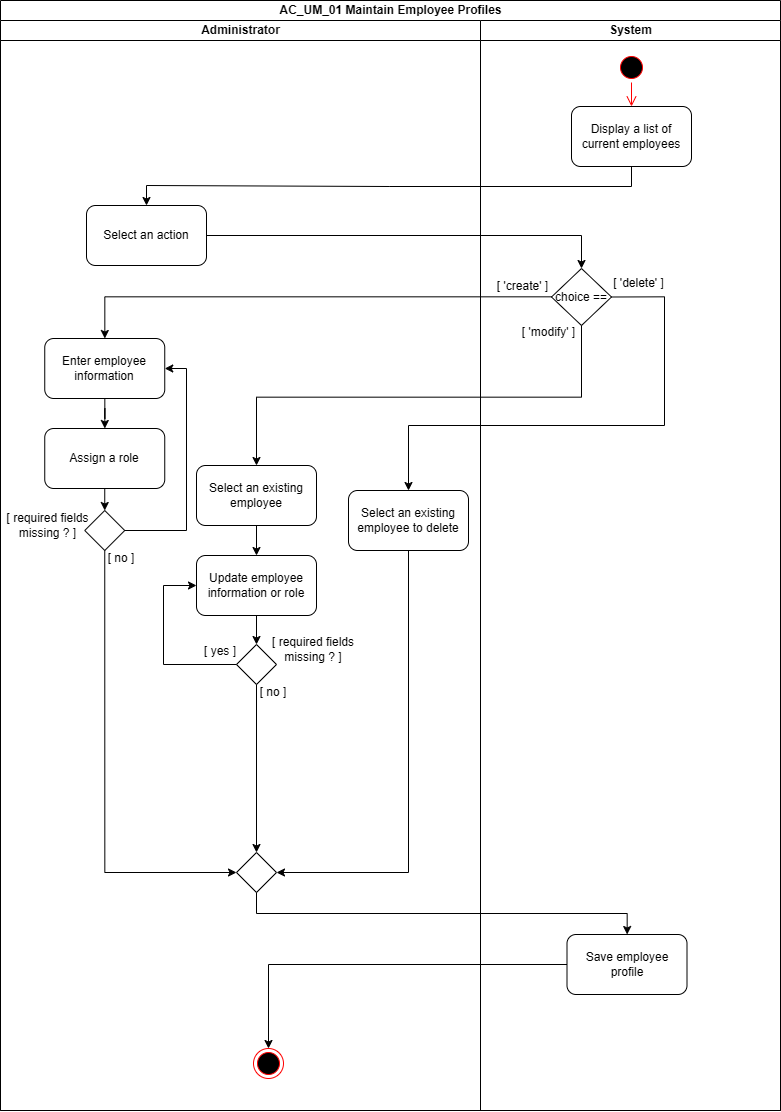
Markl1T/bank-management-system keeps this draw.io diagram as diagrams/activity-diagrams/AC_UM_01.png. Above is the earlier version. Source tidied: cells renumbered, new cells last; positions are measured from the earlier drawing's top-left corner, leaving out a move shared by most shapes.
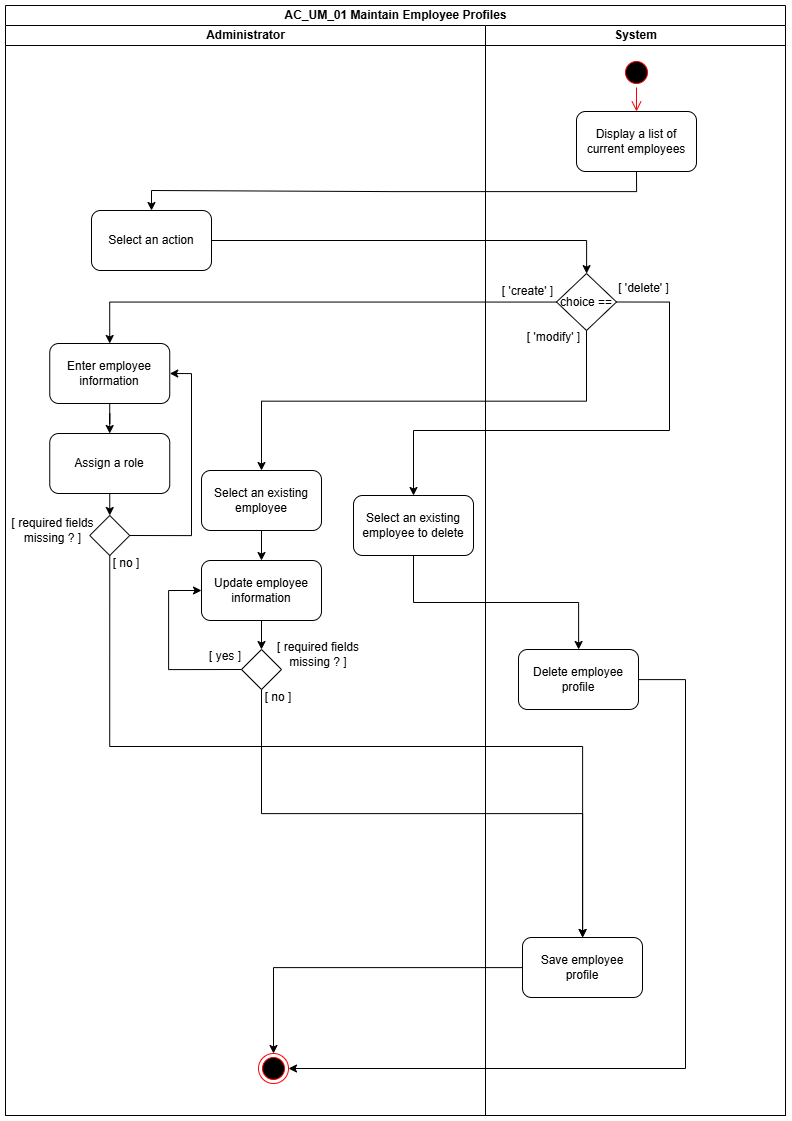
Above is the later version.

What changed in the source:
```diff
@@ -65,7 +65,7 @@
     <mxCell id="20" value="Select an existing employee" style="rounded=1;whiteSpace=wrap;html=1;" parent="3" vertex="1">
       <mxGeometry x="196" y="445" width="120" height="60" as="geometry" />
     </mxCell>
-    <mxCell id="21" value="Update employee information or role" style="whiteSpace=wrap;html=1;rounded=1;" parent="3" vertex="1">
+    <mxCell id="21" value="Update employee information" style="whiteSpace=wrap;html=1;rounded=1;" parent="3" vertex="1">
       <mxGeometry x="196" y="535" width="120" height="60" as="geometry" />
     </mxCell>
     <mxCell id="22" style="rhombus;whiteSpace=wrap;html=1;" parent="3" vertex="1">
@@ -91,25 +91,25 @@
         </Array>
       </mxGeometry>
     </mxCell>
-    <mxCell id="28" style="rhombus;whiteSpace=wrap;html=1;" parent="3" vertex="1">
-      <mxGeometry x="236" y="832" width="40" height="40" as="geometry" />
+    <mxCell id="28" style="endArrow=classic;html=1;rounded=0;entryX=0;entryY=0.5;entryDx=0;entryDy=0;edgeStyle=orthogonalEdgeStyle;exitX=0;exitY=0.5;exitDx=0;exitDy=0;" parent="3" edge="1" source="22" target="21">
+      <mxGeometry relative="1" as="geometry">
+        <Array as="points">
+          <mxPoint x="163" y="644" />
+          <mxPoint x="163" y="565" />
+        </Array>
+      </mxGeometry>
     </mxCell>
-    <mxCell id="29" style="edgeStyle=orthogonalEdgeStyle;rounded=0;jettySize=auto;html=1;entryX=1;entryY=0.5;entryDx=0;entryDy=0;exitX=0.5;exitY=1;exitDx=0;exitDy=0;" parent="3" edge="1" source="8" target="28">
+    <mxCell id="29" style="edgeStyle=orthogonalEdgeStyle;rounded=0;jettySize=auto;html=1;exitX=0.5;exitY=1;exitDx=0;exitDy=0;entryX=0.5;entryY=0;entryDx=0;entryDy=0;" parent="2" edge="1" source="35" target="4">
       <mxGeometry relative="1" as="geometry" />
     </mxCell>
-    <mxCell id="30" style="edgeStyle=orthogonalEdgeStyle;rounded=0;jettySize=auto;html=1;entryX=0;entryY=0.5;entryDx=0;entryDy=0;exitX=0.5;exitY=1;exitDx=0;exitDy=0;" parent="3" edge="1" source="15" target="28">
+    <mxCell id="30" style="edgeStyle=orthogonalEdgeStyle;rounded=0;jettySize=auto;html=1;exitX=0.5;exitY=1;exitDx=0;exitDy=0;" parent="2" edge="1" source="15" target="39">
       <mxGeometry relative="1" as="geometry" />
     </mxCell>
-    <mxCell id="31" style="edgeStyle=orthogonalEdgeStyle;rounded=0;jettySize=auto;html=1;entryX=0.5;entryY=0;entryDx=0;entryDy=0;exitX=0.5;exitY=1;exitDx=0;exitDy=0;" parent="3" edge="1" source="22" target="28">
+    <mxCell id="31" style="edgeStyle=orthogonalEdgeStyle;rounded=0;jettySize=auto;html=1;exitX=0.5;exitY=1;exitDx=0;exitDy=0;" parent="2" edge="1" source="8" target="42">
       <mxGeometry relative="1" as="geometry" />
     </mxCell>
-    <mxCell id="32" style="endArrow=classic;html=1;rounded=0;entryX=0;entryY=0.5;entryDx=0;entryDy=0;edgeStyle=orthogonalEdgeStyle;exitX=0;exitY=0.5;exitDx=0;exitDy=0;" parent="3" edge="1" source="22" target="21">
-      <mxGeometry relative="1" as="geometry">
-        <Array as="points">
-          <mxPoint x="163" y="644" />
-          <mxPoint x="163" y="565" />
-        </Array>
-      </mxGeometry>
+    <mxCell id="32" style="edgeStyle=orthogonalEdgeStyle;rounded=0;jettySize=auto;html=1;exitX=0.5;exitY=1;exitDx=0;exitDy=0;" parent="2" edge="1" source="22" target="39">
+      <mxGeometry relative="1" as="geometry" />
     </mxCell>
     <mxCell id="33" value="System" style="swimlane;startSize=20;html=1;" parent="2" vertex="1">
       <mxGeometry x="480" y="20" width="300" height="1090" as="geometry" />
@@ -130,7 +130,7 @@
       <mxGeometry x="-227" y="1028" width="30" height="30" as="geometry" />
     </mxCell>
     <mxCell id="39" value="Save employee profile" style="whiteSpace=wrap;html=1;rounded=1;" parent="33" vertex="1">
-      <mxGeometry x="86.5" y="914" width="120" height="60" as="geometry" />
+      <mxGeometry x="37" y="912" width="120" height="60" as="geometry" />
     </mxCell>
     <mxCell id="40" style="edgeStyle=orthogonalEdgeStyle;rounded=0;jettySize=auto;html=1;" parent="33" edge="1" source="39" target="38">
       <mxGeometry relative="1" as="geometry" />
@@ -138,11 +138,16 @@
     <mxCell id="41" value="[ 'create' ]" style="text;html=1;align=center;verticalAlign=middle;whiteSpace=wrap;rounded=0;" parent="33" vertex="1">
       <mxGeometry x="-20" y="251" width="125" height="30" as="geometry" />
     </mxCell>
-    <mxCell id="42" style="edgeStyle=orthogonalEdgeStyle;rounded=0;jettySize=auto;html=1;exitX=0.5;exitY=1;exitDx=0;exitDy=0;entryX=0.5;entryY=0;entryDx=0;entryDy=0;" parent="2" edge="1" source="35" target="4">
-      <mxGeometry relative="1" as="geometry" />
+    <mxCell id="42" value="Delete employee profile" style="whiteSpace=wrap;html=1;rounded=1;" parent="33" vertex="1">
+      <mxGeometry x="33" y="624" width="120" height="60" as="geometry" />
     </mxCell>
-    <mxCell id="43" style="edgeStyle=orthogonalEdgeStyle;rounded=0;jettySize=auto;html=1;exitX=0.5;exitY=1;exitDx=0;exitDy=0;" parent="2" edge="1" source="28" target="39">
-      <mxGeometry relative="1" as="geometry" />
+    <mxCell id="43" style="edgeStyle=orthogonalEdgeStyle;rounded=0;jettySize=auto;html=1;" parent="33" edge="1" source="42" target="38">
+      <mxGeometry relative="1" as="geometry">
+        <Array as="points">
+          <mxPoint x="200" y="654" />
+          <mxPoint x="200" y="1043" />
+        </Array>
+      </mxGeometry>
     </mxCell>
   </root>
 </mxGraphModel>
```
